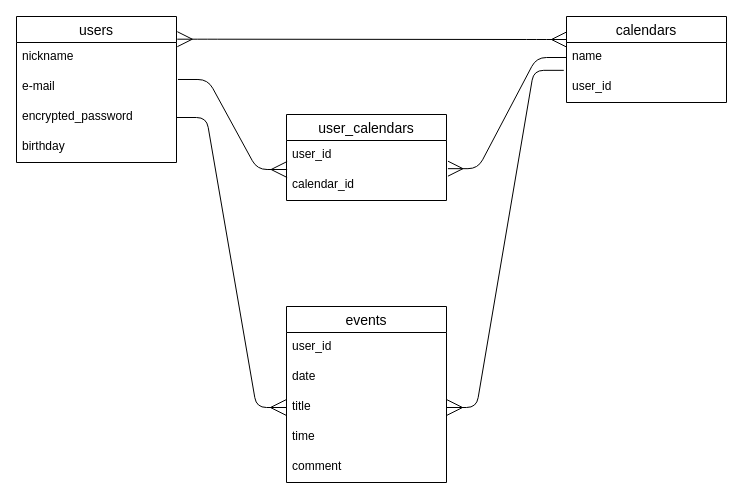
Before: sharecalendar.dio in gomachan3232/sharecalendar, a draw.io diagram. Source tidied: cells renumbered, new cells numbered last; positions are measured from the earlier drawing's top-left corner, leaving out a move shared by most shapes. Both pictures are drawn from the tidied source at 100%, with x=0, y=0 at pixel (16, 16).
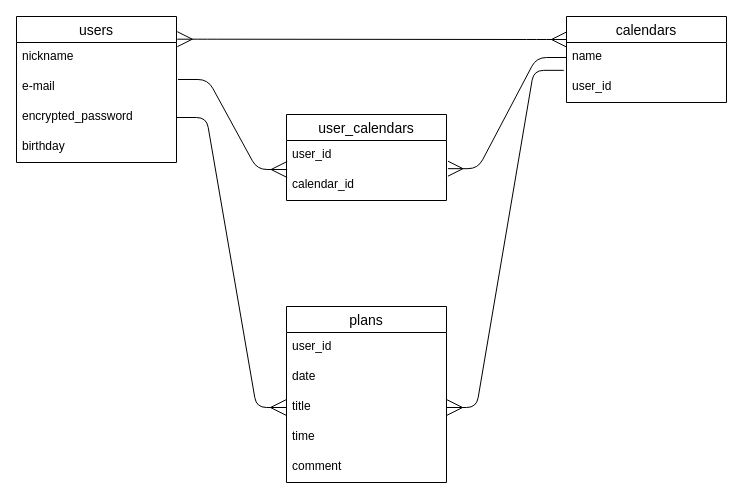
Above is the later version.

What changed in the source:
```diff
@@
-    <mxCell id="10" value="events" style="swimlane;fontStyle=0;horizontal=1;startSize=26;align=center;fontSize=14;" parent="1" vertex="1">
+    <mxCell id="10" value="plans" style="swimlane;fontStyle=0;horizontal=1;startSize=26;align=center;fontSize=14;" parent="1" vertex="1">
       <mxGeometry x="270" y="290" width="160" height="176" as="geometry" />
     </mxCell>
```
